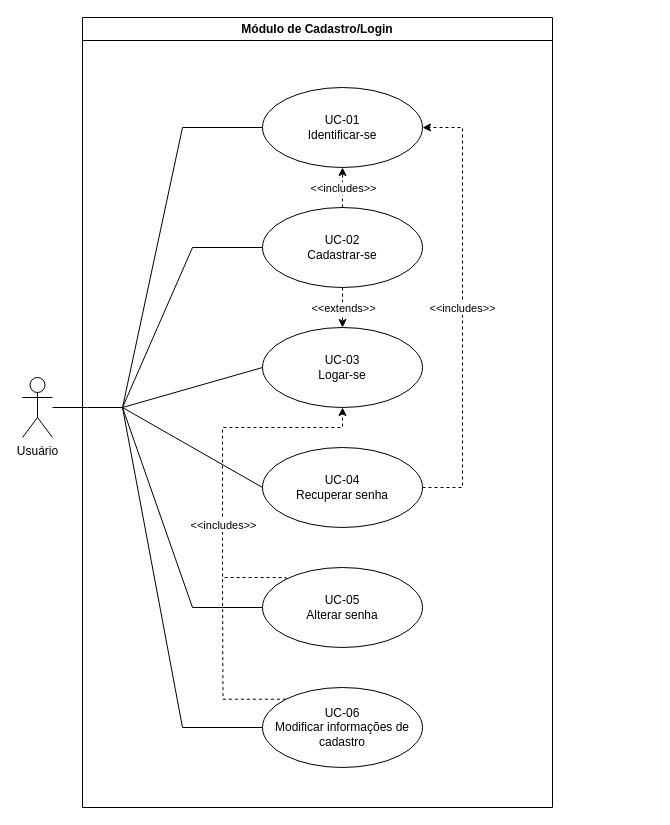
Before: diagramas_casos_de_uso/uc_cadastro-login.drawio in gb-cs-rt/home_broker, a draw.io diagram. Source tidied: cells renumbered, new cells numbered last; positions are measured from the earlier drawing's top-left corner, leaving out a move shared by most shapes. Both pictures are drawn from the tidied source at 100%, with x=0, y=0 at pixel (22, 17).
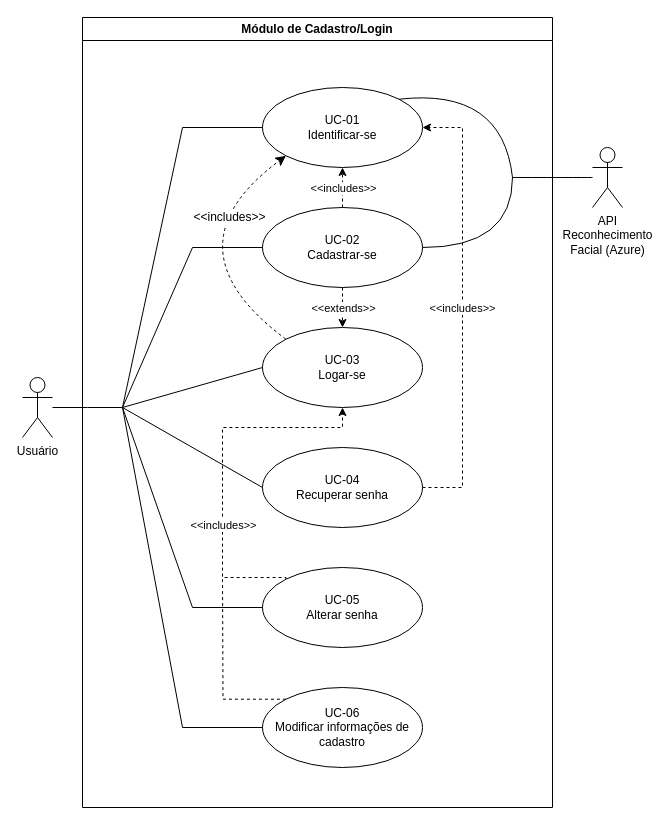
After the change.

Commit message (it also covers changes not shown here):
added azure api to cadastro login

The change refers to these unchanged cells:
```xml
<mxCell id="2" value="Módulo de Cadastro/Login" style="swimlane;whiteSpace=wrap;html=1;" parent="1" vertex="1">
  <mxGeometry x="60" width="470" height="790" as="geometry" />
</mxCell>
<mxCell id="8" value="UC-02&lt;div&gt;Cadastrar-se&lt;/div&gt;" style="ellipse;whiteSpace=wrap;html=1;" parent="2" vertex="1">
  <mxGeometry x="180" y="190" width="160" height="80" as="geometry" />
</mxCell>
<mxCell id="9" value="UC-03&lt;div&gt;Logar&lt;span style=&quot;background-color: initial;&quot;&gt;-se&lt;/span&gt;&lt;/div&gt;" style="ellipse;whiteSpace=wrap;html=1;" parent="2" vertex="1">
  <mxGeometry x="180" y="310" width="160" height="80" as="geometry" />
</mxCell>
<mxCell id="18" value="UC-01&lt;div&gt;Identificar-se&lt;/div&gt;" style="ellipse;whiteSpace=wrap;html=1;" parent="2" vertex="1">
  <mxGeometry x="180" y="70" width="160" height="80" as="geometry" />
</mxCell>
```

What changed in the source:
```diff
@@
+    <mxCell id="31" style="edgeStyle=none;curved=1;rounded=0;jettySize=auto;html=1;exitX=0;exitY=0;exitDx=0;exitDy=0;entryX=0;entryY=1;entryDx=0;entryDy=0;fontSize=12;startSize=8;endSize=8;dashed=1;" parent="2" edge="1" source="9" target="18">
+      <mxGeometry relative="1" as="geometry">
+        <Array as="points">
+          <mxPoint x="80" y="230" />
+        </Array>
+      </mxGeometry>
+    </mxCell>
+    <mxCell id="32" value="&amp;lt;&amp;lt;includes&amp;gt;&amp;gt;" style="edgeLabel;html=1;align=center;verticalAlign=middle;fontSize=12;" parent="31" vertex="1">
+      <mxGeometry x="0.46" y="-15" relative="1" as="geometry" />
+    </mxCell>
@@
+    <mxCell id="33" style="edgeStyle=none;curved=1;rounded=0;jettySize=auto;html=1;fontSize=12;startSize=8;endSize=8;endArrow=none;endFill=0;" parent="1" edge="1" source="34">
+      <mxGeometry relative="1" as="geometry">
+        <mxPoint x="490" y="160" as="targetPoint" />
+      </mxGeometry>
+    </mxCell>
+    <mxCell id="34" value="API&lt;br&gt;Reconhecimento&lt;br&gt;Facial (Azure)" style="shape=umlActor;verticalLabelPosition=bottom;verticalAlign=top;html=1;outlineConnect=0;" parent="1" vertex="1">
+      <mxGeometry x="570" y="130" width="30" height="60" as="geometry" />
+    </mxCell>
+    <mxCell id="35" style="endArrow=none;html=1;rounded=0;fontSize=12;startSize=8;endSize=8;curved=1;entryX=1;entryY=0;entryDx=0;entryDy=0;" parent="1" edge="1" target="18">
+      <mxGeometry relative="1" as="geometry">
+        <mxPoint x="490" y="160" as="sourcePoint" />
+        <Array as="points">
+          <mxPoint x="480" y="70" />
+        </Array>
+      </mxGeometry>
+    </mxCell>
+    <mxCell id="36" style="endArrow=none;html=1;rounded=0;fontSize=12;startSize=8;endSize=8;curved=1;exitX=1;exitY=0.5;exitDx=0;exitDy=0;" parent="1" edge="1" source="8">
+      <mxGeometry relative="1" as="geometry">
+        <mxPoint x="490" y="160" as="targetPoint" />
+        <Array as="points">
+          <mxPoint x="490" y="230" />
+        </Array>
+      </mxGeometry>
+    </mxCell>
```
